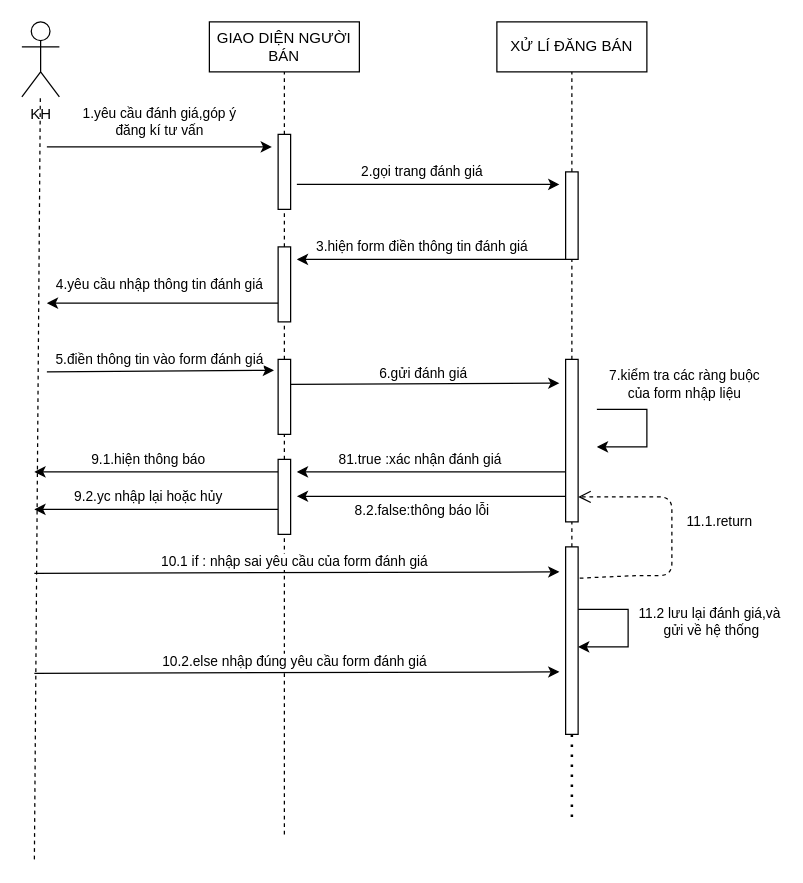
trucka312/diagram keeps this draw.io diagram as page "bán\" (4 of 8) of sequnece.drawio. Above is the earlier version. Source tidied: cells renumbered, new cells numbered last; positions are measured from the earlier drawing's top-left corner, leaving out a move shared by most shapes. Both pictures are drawn from the tidied source at 125%, with x=0, y=0 at pixel (21, 21).
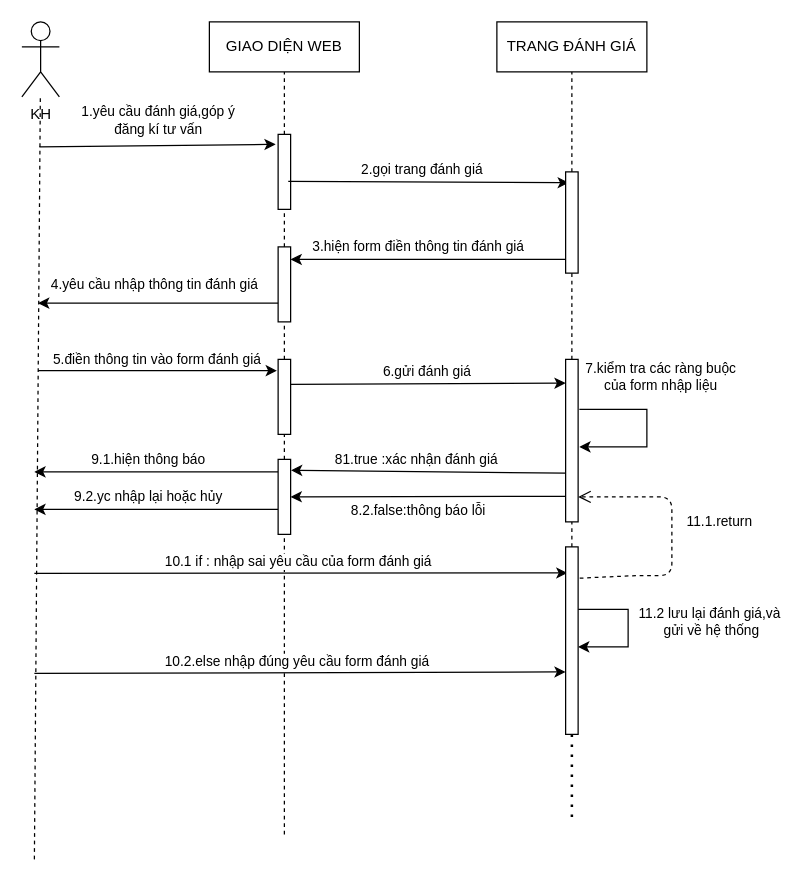
The same page after the edit.

The change refers to these unchanged cells:
```xml
<mxCell id="9" style="rounded=0;whiteSpace=wrap;html=1;" parent="1" vertex="1">
  <mxGeometry x="205" y="90" width="10" height="60" as="geometry" />
</mxCell>
<mxCell id="15" style="rounded=0;whiteSpace=wrap;html=1;" parent="1" vertex="1">
  <mxGeometry x="205" y="180" width="10" height="60" as="geometry" />
</mxCell>
<mxCell id="19" style="rounded=0;whiteSpace=wrap;html=1;" parent="1" vertex="1">
  <mxGeometry x="205" y="270" width="10" height="60" as="geometry" />
</mxCell>
<mxCell id="22" style="rounded=0;whiteSpace=wrap;html=1;" parent="1" vertex="1">
  <mxGeometry x="435" y="270" width="10" height="130" as="geometry" />
</mxCell>
<mxCell id="28" style="rounded=0;whiteSpace=wrap;html=1;" parent="1" vertex="1">
  <mxGeometry x="205" y="350" width="10" height="60" as="geometry" />
</mxCell>
<mxCell id="32" style="rounded=0;whiteSpace=wrap;html=1;" parent="1" vertex="1">
  <mxGeometry x="435" y="420" width="10" height="150" as="geometry" />
</mxCell>
```

The edit, as a diff of the source:
```diff
@@
-    <mxCell id="3" value="GIAO DIỆN NGƯỜI BÁN" style="rounded=0;whiteSpace=wrap;html=1;" parent="1" vertex="1">
+    <mxCell id="3" value="GIAO DIỆN WEB" style="rounded=0;whiteSpace=wrap;html=1;" parent="1" vertex="1">
       <mxGeometry x="150" width="120" height="40" as="geometry" />
     </mxCell>
-    <mxCell id="4" value="XỬ LÍ ĐĂNG BÁN" style="rounded=0;whiteSpace=wrap;html=1;" parent="1" vertex="1">
+    <mxCell id="4" value="TRANG ĐÁNH GIÁ" style="rounded=0;whiteSpace=wrap;html=1;" parent="1" vertex="1">
       <mxGeometry x="380" width="120" height="40" as="geometry" />
     </mxCell>
@@
     <mxCell id="8" value="1.yêu cầu đánh giá,góp ý&lt;br&gt;đăng kí tư vấn" style="endArrow=classic;html=1;rounded=0;" parent="1" edge="1">
       <mxGeometry y="20" relative="1" as="geometry">
-        <mxPoint x="20" y="100" as="sourcePoint" />
-        <mxPoint x="200" y="100" as="targetPoint" />
+        <mxPoint x="14" y="100" as="sourcePoint" />
+        <mxPoint x="203" y="98" as="targetPoint" />
       </mxGeometry>
     </mxCell>
@@
-    <mxCell id="11" value="2.gọi trang đánh giá" style="endArrow=classic;html=1;rounded=0;" parent="1" edge="1">
-      <mxGeometry x="-0.05" y="10" relative="1" as="geometry">
-        <mxPoint x="220" y="130" as="sourcePoint" />
-        <mxPoint x="430" y="130" as="targetPoint" />
-      </mxGeometry>
+    <mxCell id="11" value="2.gọi trang đánh giá" style="endArrow=classic;html=1;rounded=0;entryX=0.256;entryY=0.107;entryDx=0;entryDy=0;entryPerimeter=0;exitX=0.811;exitY=0.626;exitDx=0;exitDy=0;exitPerimeter=0;" parent="1" edge="1" source="9" target="12">
+      <mxGeometry x="-0.05" y="10" relative="1" as="geometry" />
     </mxCell>
     <mxCell id="12" style="rounded=0;whiteSpace=wrap;html=1;" parent="1" vertex="1">
-      <mxGeometry x="435" y="120" width="10" height="70" as="geometry" />
+      <mxGeometry x="435" y="120" width="10" height="81" as="geometry" />
     </mxCell>
@@
-    <mxCell id="14" value="3.hiện form điền thông tin đánh giá" style="endArrow=classic;html=1;rounded=0;" parent="1" edge="1">
+    <mxCell id="14" value="3.hiện form điền thông tin đánh giá" style="endArrow=classic;html=1;rounded=0;entryX=1;entryY=0.167;entryDx=0;entryDy=0;entryPerimeter=0;" parent="1" edge="1" target="15">
       <mxGeometry x="0.07" y="-10" relative="1" as="geometry">
         <mxPoint x="435" y="190" as="sourcePoint" />
-        <mxPoint x="220" y="190" as="targetPoint" />
       </mxGeometry>
     </mxCell>
@@
     <mxCell id="17" value="4.yêu cầu nhập thông tin đánh giá" style="endArrow=classic;html=1;rounded=0;exitX=0;exitY=0.75;exitDx=0;exitDy=0;" parent="1" edge="1" source="15">
       <mxGeometry x="0.03" y="-15" relative="1" as="geometry">
-        <mxPoint x="20" y="225" as="targetPoint" />
+        <mxPoint x="13" y="225" as="targetPoint" />
       </mxGeometry>
     </mxCell>
-    <mxCell id="18" value="5.điền thông tin vào form đánh giá" style="endArrow=classic;html=1;rounded=0;entryX=-0.333;entryY=0.146;entryDx=0;entryDy=0;entryPerimeter=0;" parent="1" edge="1" target="19">
+    <mxCell id="18" value="5.điền thông tin vào form đánh giá" style="endArrow=classic;html=1;rounded=0;" parent="1" edge="1">
       <mxGeometry x="-0.01" y="9" relative="1" as="geometry">
-        <mxPoint x="20" y="280" as="sourcePoint" />
+        <mxPoint x="13" y="279" as="sourcePoint" />
+        <mxPoint x="204" y="279" as="targetPoint" />
       </mxGeometry>
     </mxCell>
@@
-    <mxCell id="21" value="6.gửi đánh giá" style="endArrow=classic;html=1;rounded=0;" parent="1" edge="1">
+    <mxCell id="21" value="6.gửi đánh giá" style="endArrow=classic;html=1;rounded=0;entryX=0;entryY=0.146;entryDx=0;entryDy=0;entryPerimeter=0;" parent="1" edge="1" target="22">
       <mxGeometry x="-0.01" y="9" relative="1" as="geometry">
         <mxPoint x="215" y="290" as="sourcePoint" />
-        <mxPoint x="430" y="289" as="targetPoint" />
       </mxGeometry>
     </mxCell>
@@
-    <mxCell id="27" value="81.true :xác nhận đánh giá&amp;nbsp;" style="endArrow=classic;html=1;rounded=0;" parent="1" edge="1">
-      <mxGeometry x="0.07" y="-10" relative="1" as="geometry">
-        <mxPoint x="435" y="360" as="sourcePoint" />
-        <mxPoint x="220" y="360" as="targetPoint" />
-      </mxGeometry>
+    <mxCell id="27" value="81.true :xác nhận đánh giá&amp;nbsp;" style="endArrow=classic;html=1;rounded=0;entryX=1.034;entryY=0.145;entryDx=0;entryDy=0;exitX=0;exitY=0.7;exitDx=0;exitDy=0;exitPerimeter=0;entryPerimeter=0;" parent="1" edge="1" source="22" target="28">
+      <mxGeometry x="0.07" y="-10" relative="1" as="geometry" />
     </mxCell>
@@
-    <mxCell id="30" value="8.2.false:thông báo lỗi" style="endArrow=classic;html=1;rounded=0;" parent="1" edge="1">
+    <mxCell id="30" value="8.2.false:thông báo lỗi" style="endArrow=classic;html=1;rounded=0;entryX=1;entryY=0.5;entryDx=0;entryDy=0;" parent="1" edge="1" target="28">
       <mxGeometry x="0.07" y="11" relative="1" as="geometry">
         <mxPoint x="435" y="379.5" as="sourcePoint" />
-        <mxPoint x="220" y="379.5" as="targetPoint" />
       </mxGeometry>
     </mxCell>
-    <mxCell id="31" value="10.1 if : nhập sai yêu cầu của form đánh giá" style="endArrow=classic;html=1;rounded=0;" parent="1" edge="1">
+    <mxCell id="31" value="10.1 if : nhập sai yêu cầu của form đánh giá" style="endArrow=classic;html=1;rounded=0;entryX=0.145;entryY=0.139;entryDx=0;entryDy=0;entryPerimeter=0;" parent="1" edge="1" target="32">
       <mxGeometry x="-0.01" y="9" relative="1" as="geometry">
         <mxPoint x="10" y="441.2" as="sourcePoint" />
-        <mxPoint x="430" y="440" as="targetPoint" />
       </mxGeometry>
     </mxCell>
@@
-    <mxCell id="34" value="10.2.else nhập đúng yêu cầu form đánh giá" style="endArrow=classic;html=1;rounded=0;" parent="1" edge="1">
+    <mxCell id="34" value="10.2.else nhập đúng yêu cầu form đánh giá" style="endArrow=classic;html=1;rounded=0;entryX=0;entryY=0.667;entryDx=0;entryDy=0;entryPerimeter=0;" parent="1" edge="1" target="32">
       <mxGeometry x="-0.01" y="9" relative="1" as="geometry">
         <mxPoint x="10" y="521.2" as="sourcePoint" />
-        <mxPoint x="430" y="520" as="targetPoint" />
       </mxGeometry>
     </mxCell>
     <mxCell id="35" value="7.kiểm tra các ràng buộc&lt;br&gt;của form nhập liệu" style="endArrow=classic;html=1;rounded=0;" parent="1" edge="1">
-      <mxGeometry x="-0.27" y="36" relative="1" as="geometry">
-        <mxPoint x="460" y="310" as="sourcePoint" />
-        <mxPoint x="460" y="340" as="targetPoint" />
+      <mxGeometry x="-0.22" y="28" relative="1" as="geometry">
+        <mxPoint x="446" y="310" as="sourcePoint" />
+        <mxPoint x="446" y="340" as="targetPoint" />
         <Array as="points">
           <mxPoint x="500" y="310" />
           <mxPoint x="500" y="340" />
         </Array>
-        <mxPoint x="-6" y="-20" as="offset" />
+        <mxPoint x="-17" y="-26" as="offset" />
       </mxGeometry>
     </mxCell>
```
